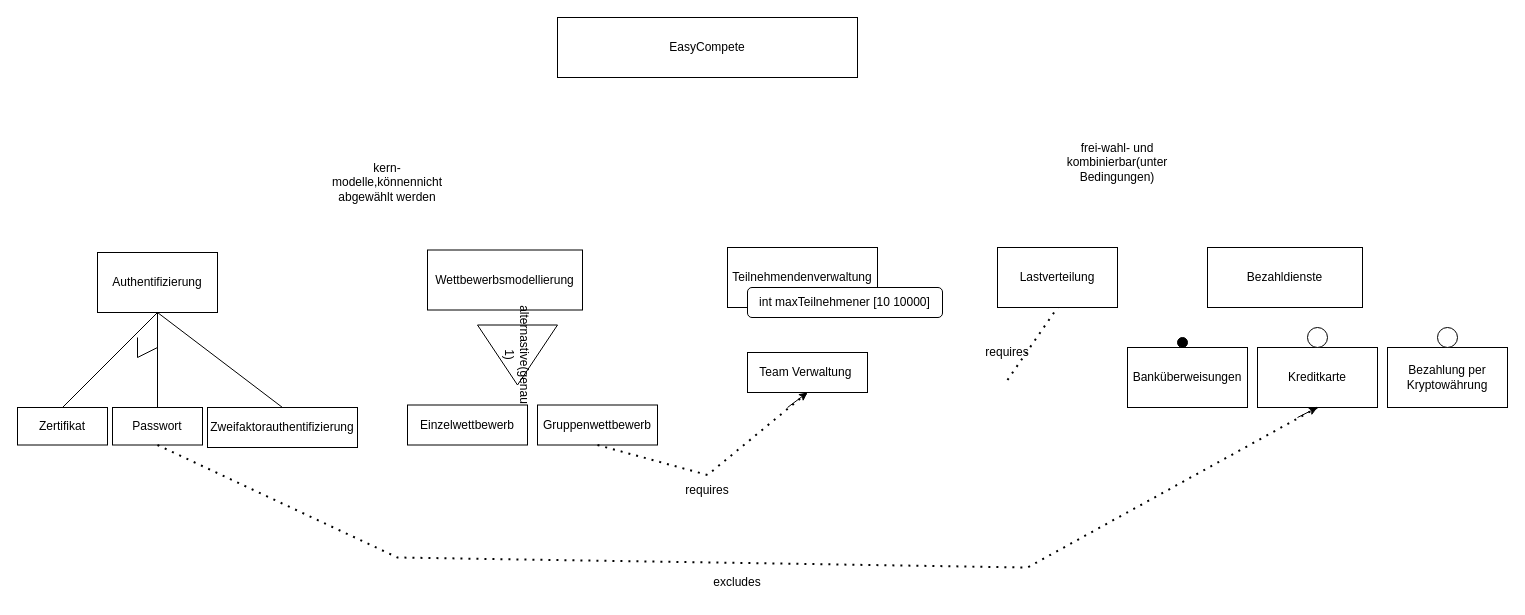
This is se11.drawio from Hiba97/Software-Engineering, a draw.io file, before an edit. Source tidied: cells renumbered, new cells numbered last; positions are measured from the earlier drawing's top-left corner, leaving out a move shared by most shapes. Both pictures are drawn from the tidied source at 100%, with x=0, y=0 at pixel (17, 17).
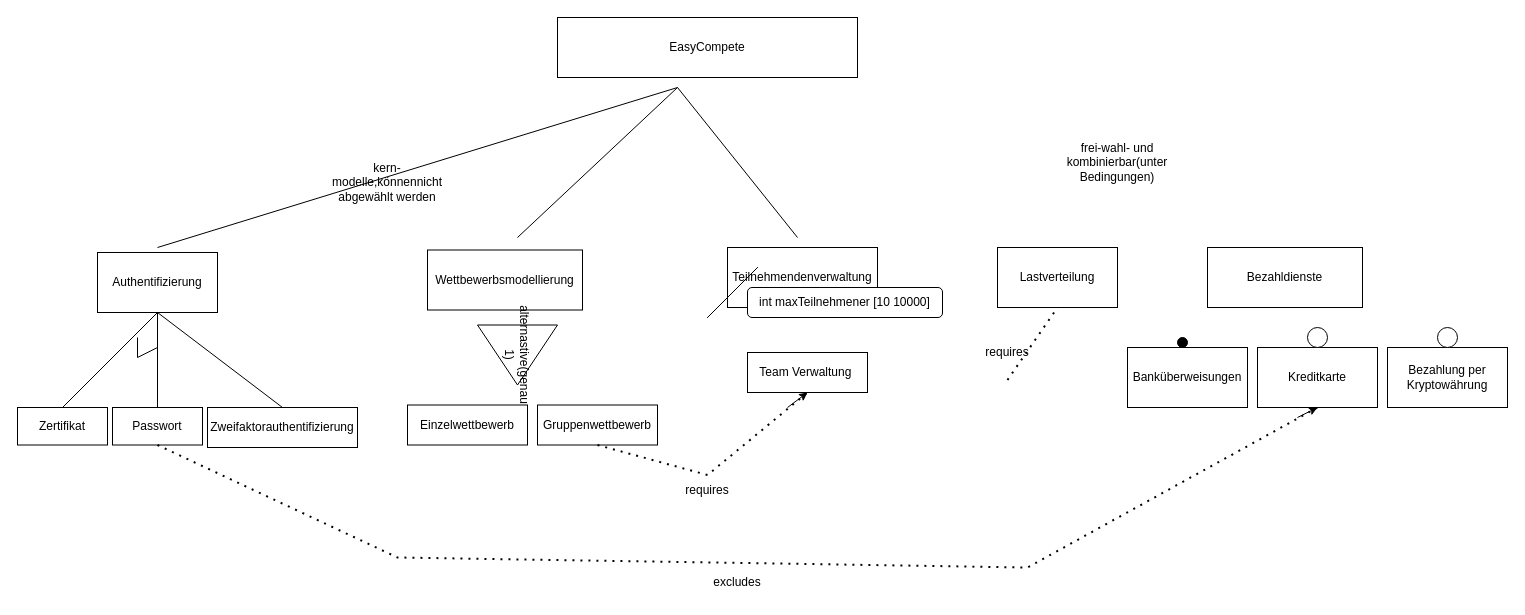
The same page after the edit.

Commit message:
added 3 lines fom root

The edit, as a diff of the source:
```diff
@@
+    <mxCell id="36" style="endArrow=none;html=1;rounded=0;" parent="1" edge="1">
+      <mxGeometry relative="1" as="geometry">
+        <mxPoint x="690" y="300" as="sourcePoint" />
+        <mxPoint x="740" y="250" as="targetPoint" />
+      </mxGeometry>
+    </mxCell>
@@
+    <mxCell id="37" style="endArrow=none;html=1;rounded=0;" parent="1" edge="1">
+      <mxGeometry relative="1" as="geometry">
+        <mxPoint x="690" y="300" as="sourcePoint" />
+        <mxPoint x="740" y="250" as="targetPoint" />
+      </mxGeometry>
+    </mxCell>
@@
+    <mxCell id="38" style="endArrow=none;html=1;rounded=0;" parent="1" edge="1">
+      <mxGeometry relative="1" as="geometry">
+        <mxPoint x="690" y="300" as="sourcePoint" />
+        <mxPoint x="740" y="250" as="targetPoint" />
+      </mxGeometry>
+    </mxCell>
@@
+    <mxCell id="39" style="endArrow=none;html=1;rounded=0;" parent="1" edge="1">
+      <mxGeometry relative="1" as="geometry">
+        <mxPoint x="140" y="230" as="sourcePoint" />
+        <mxPoint x="660" y="70" as="targetPoint" />
+      </mxGeometry>
+    </mxCell>
@@
+    <mxCell id="40" style="endArrow=none;html=1;rounded=0;" parent="1" edge="1">
+      <mxGeometry relative="1" as="geometry">
+        <mxPoint x="500" y="220" as="sourcePoint" />
+        <mxPoint x="660" y="70" as="targetPoint" />
+      </mxGeometry>
+    </mxCell>
+    <mxCell id="41" style="endArrow=none;html=1;rounded=0;" parent="1" edge="1">
+      <mxGeometry relative="1" as="geometry">
+        <mxPoint x="780" y="220" as="sourcePoint" />
+        <mxPoint x="660" y="70" as="targetPoint" />
+      </mxGeometry>
+    </mxCell>
```
